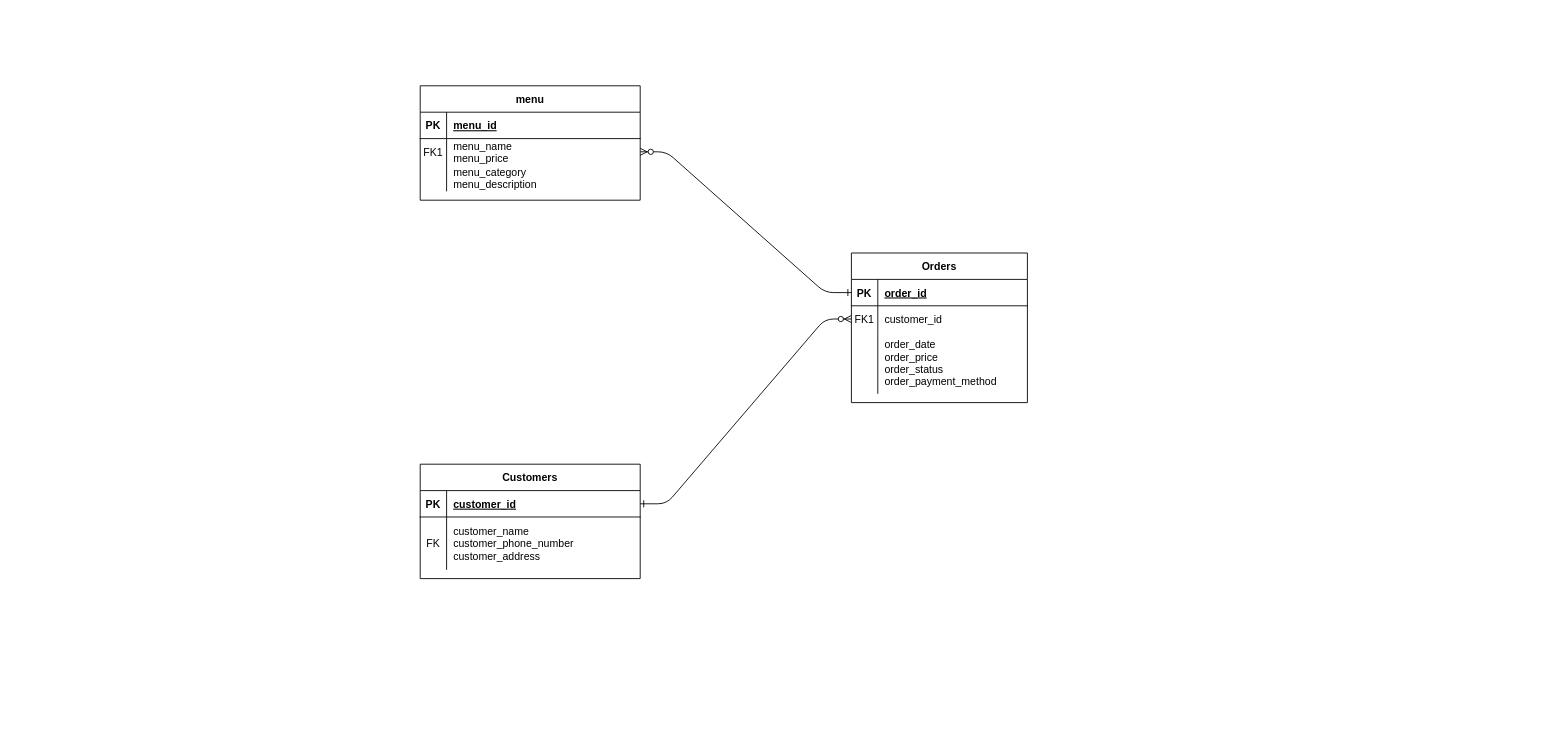
Earlier version of the draw.io diagram ER1.drawio (lfiathan/basis-data). Source tidied: cells renumbered, new cells numbered last; positions are measured from the earlier drawing's top-left corner, leaving out a move shared by most shapes. Both pictures are drawn from the tidied source at 88%, with x=0, y=0 at pixel (420, 85).
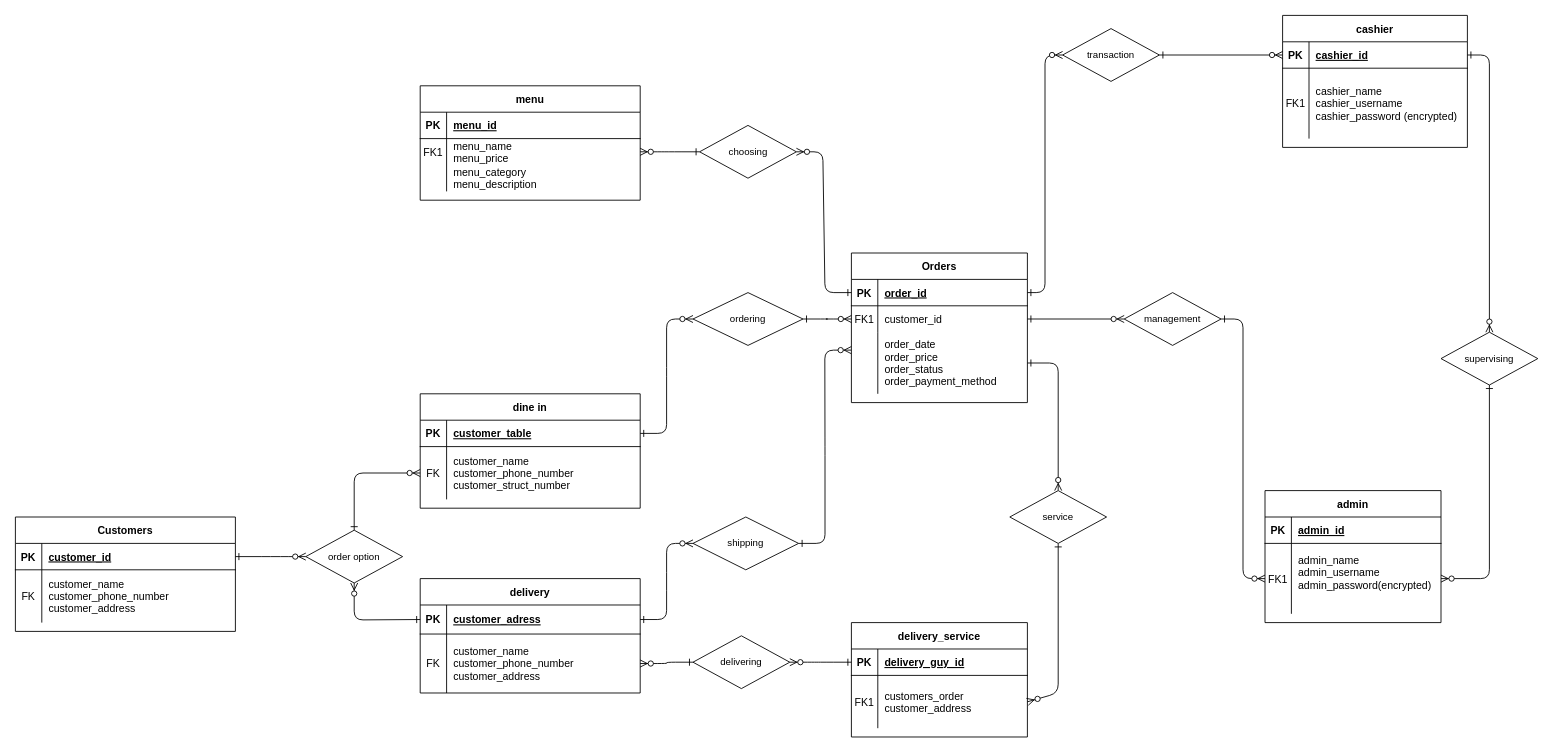
The same page after the edit.

Unchanged cells that the change refers to:
```xml
<mxCell id="5" style="shape=partialRectangle;fillColor=none;points=[[0,0.5],[1,0.5]];portConstraint=eastwest;top=0;left=0;right=0;bottom=1;" parent="4" vertex="1">
  <mxGeometry y="30" width="200" height="30" as="geometry" />
</mxCell>
<mxCell id="8" style="shape=partialRectangle;fillColor=none;points=[[0,0.5],[1,0.5]];portConstraint=eastwest;top=0;left=0;right=0;bottom=0;" parent="4" vertex="1">
  <mxGeometry y="60" width="200" height="30" as="geometry" />
</mxCell>
<mxCell id="11" style="shape=partialRectangle;fillColor=none;points=[[0,0.5],[1,0.5]];portConstraint=eastwest;top=0;left=0;right=0;bottom=0;" parent="4" vertex="1">
  <mxGeometry y="90" width="200" height="70" as="geometry" />
</mxCell>
<mxCell id="18" style="shape=partialRectangle;fillColor=none;points=[[0,0.5],[1,0.5]];portConstraint=eastwest;top=0;left=0;right=0;bottom=0;" parent="14" vertex="1">
  <mxGeometry y="60" width="250" height="30" as="geometry" />
</mxCell>
<mxCell id="25" style="shape=partialRectangle;fillColor=none;points=[[0,0.5],[1,0.5]];portConstraint=eastwest;top=0;left=0;right=0;bottom=1;" parent="24" vertex="1">
  <mxGeometry y="30" width="250" height="30" as="geometry" />
</mxCell>
<mxCell id="28" style="shape=partialRectangle;fillColor=none;points=[[0,0.5],[1,0.5]];portConstraint=eastwest;top=0;left=0;right=0;bottom=0;" parent="24" vertex="1">
  <mxGeometry y="60" width="250" height="60" as="geometry" />
</mxCell>
```

Change to the diagram source:
```diff
@@
-    <mxCell id="2" style="edgeStyle=entityRelationEdgeStyle;endArrow=ERzeroToMany;startArrow=ERone;endFill=1;startFill=0;" parent="1" edge="1" source="25" target="8">
+    <mxCell id="2" style="edgeStyle=entityRelationEdgeStyle;endArrow=ERzeroToMany;startArrow=ERone;endFill=1;startFill=0;" parent="1" edge="1" source="67" target="8">
       <mxGeometry relative="1" as="geometry" />
     </mxCell>
-    <mxCell id="3" style="edgeStyle=entityRelationEdgeStyle;endArrow=ERzeroToMany;startArrow=ERone;endFill=1;startFill=0;" parent="1" edge="1" source="5" target="18">
+    <mxCell id="3" style="edgeStyle=entityRelationEdgeStyle;endArrow=ERzeroToMany;startArrow=ERone;endFill=1;startFill=0;" parent="1" edge="1" source="69" target="18">
       <mxGeometry relative="1" as="geometry" />
     </mxCell>
@@
-    <mxCell id="24" value="Customers" style="shape=table;startSize=30;childLayout=tableLayout;rowLines=0;fontStyle=1;align=center;" parent="1" vertex="1">
-      <mxGeometry y="430" width="250" height="130" as="geometry" />
+    <mxCell id="24" value="dine in" style="shape=table;startSize=30;childLayout=tableLayout;rowLines=0;fontStyle=1;align=center;" parent="1" vertex="1">
+      <mxGeometry y="350" width="250" height="130" as="geometry" />
     </mxCell>
@@
-    <mxCell id="27" value="customer_id" style="shape=partialRectangle;overflow=hidden;fillColor=none;top=0;left=0;bottom=0;right=0;align=left;spacingLeft=6;fontStyle=5;" parent="25" vertex="1">
+    <mxCell id="27" value="customer_table" style="shape=partialRectangle;overflow=hidden;fillColor=none;top=0;left=0;bottom=0;right=0;align=left;spacingLeft=6;fontStyle=5;" parent="25" vertex="1">
       <mxGeometry x="30" width="220" height="30" as="geometry" />
     </mxCell>
@@
-    <mxCell id="30" value="customer_name&#10;customer_phone_number&#10;customer_address" style="shape=partialRectangle;overflow=hidden;fillColor=none;top=0;left=0;bottom=0;right=0;align=left;spacingLeft=6;" parent="28" vertex="1">
+    <mxCell id="30" value="customer_name&#10;customer_phone_number&#10;customer_struct_number" style="shape=partialRectangle;overflow=hidden;fillColor=none;top=0;left=0;bottom=0;right=0;align=left;spacingLeft=6;" parent="28" vertex="1">
       <mxGeometry x="30" width="220" height="60" as="geometry" />
     </mxCell>
+    <mxCell id="31" value="cashier" style="shape=table;startSize=30;childLayout=tableLayout;rowLines=0;fontStyle=1;align=center;" parent="1" vertex="1">
+      <mxGeometry x="980" y="-80" width="210" height="150" as="geometry" />
+    </mxCell>
+    <mxCell id="32" style="shape=partialRectangle;fillColor=none;points=[[0,0.5],[1,0.5]];portConstraint=eastwest;top=0;left=0;right=0;bottom=1;" parent="31" vertex="1">
+      <mxGeometry y="30" width="210" height="30" as="geometry" />
+    </mxCell>
+    <mxCell id="33" value="PK" style="shape=partialRectangle;overflow=hidden;fillColor=none;top=0;left=0;bottom=0;right=0;fontStyle=1;" parent="32" vertex="1">
+      <mxGeometry width="30" height="30" as="geometry" />
+    </mxCell>
+    <mxCell id="34" value="cashier_id" style="shape=partialRectangle;overflow=hidden;fillColor=none;top=0;left=0;bottom=0;right=0;align=left;spacingLeft=6;fontStyle=5;" parent="32" vertex="1">
+      <mxGeometry x="30" width="180" height="30" as="geometry" />
+    </mxCell>
+    <mxCell id="35" style="shape=partialRectangle;fillColor=none;top=0;left=0;right=0;bottom=0;" parent="31" vertex="1">
+      <mxGeometry y="60" width="210" height="80" as="geometry" />
+    </mxCell>
+    <mxCell id="36" value="FK1" style="shape=partialRectangle;overflow=hidden;fillColor=none;top=0;left=0;bottom=0;right=0;" parent="35" vertex="1">
+      <mxGeometry width="30" height="80" as="geometry" />
+    </mxCell>
+    <mxCell id="37" value="cashier_name&#10;cashier_username&#10;cashier_password (encrypted)" style="shape=partialRectangle;overflow=hidden;fillColor=none;top=0;left=0;bottom=0;right=0;align=left;spacingLeft=6;" parent="35" vertex="1">
+      <mxGeometry x="30" width="180" height="80" as="geometry" />
+    </mxCell>
+    <mxCell id="38" style="edgeStyle=orthogonalEdgeStyle;rounded=1;jettySize=auto;html=1;entryX=0;entryY=0.5;entryDx=0;entryDy=0;strokeColor=default;align=center;verticalAlign=middle;fontFamily=Helvetica;fontSize=11;fontColor=default;labelBackgroundColor=default;startArrow=ERone;startFill=0;endArrow=ERzeroToMany;endFill=1;exitX=1;exitY=0.5;exitDx=0;exitDy=0;" parent="1" edge="1" source="83" target="32">
+      <mxGeometry relative="1" as="geometry" />
+    </mxCell>
+    <mxCell id="39" value="delivery" style="shape=table;startSize=30;childLayout=tableLayout;rowLines=0;fontStyle=1;align=center;" parent="1" vertex="1">
+      <mxGeometry y="560" width="250" height="130" as="geometry" />
+    </mxCell>
+    <mxCell id="40" style="shape=partialRectangle;fillColor=none;points=[[0,0.5],[1,0.5]];portConstraint=eastwest;top=0;left=0;right=0;bottom=1;" parent="39" vertex="1">
+      <mxGeometry y="30" width="250" height="33" as="geometry" />
+    </mxCell>
+    <mxCell id="41" value="PK" style="shape=partialRectangle;overflow=hidden;fillColor=none;top=0;left=0;bottom=0;right=0;fontStyle=1;" parent="40" vertex="1">
+      <mxGeometry width="30" height="33" as="geometry" />
+    </mxCell>
+    <mxCell id="42" value="customer_adress" style="shape=partialRectangle;overflow=hidden;fillColor=none;top=0;left=0;bottom=0;right=0;align=left;spacingLeft=6;fontStyle=5;" parent="40" vertex="1">
+      <mxGeometry x="30" width="220" height="33" as="geometry" />
+    </mxCell>
+    <mxCell id="43" style="shape=partialRectangle;fillColor=none;points=[[0,0.5],[1,0.5]];portConstraint=eastwest;top=0;left=0;right=0;bottom=0;" parent="39" vertex="1">
+      <mxGeometry y="63" width="250" height="67" as="geometry" />
+    </mxCell>
+    <mxCell id="44" value="FK" style="shape=partialRectangle;overflow=hidden;fillColor=none;top=0;left=0;bottom=0;right=0;" parent="43" vertex="1">
+      <mxGeometry width="30" height="67" as="geometry" />
+    </mxCell>
+    <mxCell id="45" value="customer_name&#10;customer_phone_number&#10;customer_address" style="shape=partialRectangle;overflow=hidden;fillColor=none;top=0;left=0;bottom=0;right=0;align=left;spacingLeft=6;" parent="43" vertex="1">
+      <mxGeometry x="30" width="220" height="67" as="geometry" />
+    </mxCell>
+    <mxCell id="46" style="edgeStyle=entityRelationEdgeStyle;rounded=1;jettySize=auto;html=1;entryX=-0.001;entryY=0.291;entryDx=0;entryDy=0;entryPerimeter=0;strokeColor=default;align=center;verticalAlign=middle;fontFamily=Helvetica;fontSize=11;fontColor=default;labelBackgroundColor=default;startArrow=ERone;startFill=0;endArrow=ERzeroToMany;endFill=1;exitX=1;exitY=0.5;exitDx=0;exitDy=0;" parent="1" edge="1" source="73" target="11">
+      <mxGeometry relative="1" as="geometry" />
+    </mxCell>
+    <mxCell id="47" style="rounded=1;jettySize=auto;html=1;entryX=0;entryY=0.5;entryDx=0;entryDy=0;strokeColor=default;align=center;verticalAlign=middle;fontFamily=Helvetica;fontSize=11;fontColor=default;labelBackgroundColor=default;startArrow=ERone;startFill=0;endArrow=ERzeroToMany;endFill=1;exitX=0.5;exitY=0;exitDx=0;exitDy=0;" parent="1" edge="1" source="71" target="28">
+      <mxGeometry relative="1" as="geometry">
+        <Array as="points">
+          <mxPoint x="-75" y="440" />
+        </Array>
+      </mxGeometry>
+    </mxCell>
+    <mxCell id="48" value="admin" style="shape=table;startSize=30;childLayout=tableLayout;rowLines=0;fontStyle=1;align=center;" parent="1" vertex="1">
+      <mxGeometry x="960" y="460" width="200" height="150" as="geometry" />
+    </mxCell>
+    <mxCell id="49" style="shape=partialRectangle;fillColor=none;top=0;left=0;right=0;bottom=1;" parent="48" vertex="1">
+      <mxGeometry y="30" width="200" height="30" as="geometry" />
+    </mxCell>
+    <mxCell id="50" value="PK" style="shape=partialRectangle;overflow=hidden;fillColor=none;top=0;left=0;bottom=0;right=0;fontStyle=1;" parent="49" vertex="1">
+      <mxGeometry width="30" height="30" as="geometry" />
+    </mxCell>
+    <mxCell id="51" value="admin_id" style="shape=partialRectangle;overflow=hidden;fillColor=none;top=0;left=0;bottom=0;right=0;align=left;spacingLeft=6;fontStyle=5;" parent="49" vertex="1">
+      <mxGeometry x="30" width="170" height="30" as="geometry" />
+    </mxCell>
+    <mxCell id="52" style="shape=partialRectangle;fillColor=none;points=[[0,0.5],[1,0.5]];portConstraint=eastwest;top=0;left=0;right=0;bottom=0;" parent="48" vertex="1">
+      <mxGeometry y="60" width="200" height="80" as="geometry" />
+    </mxCell>
+    <mxCell id="53" value="FK1" style="shape=partialRectangle;overflow=hidden;fillColor=none;top=0;left=0;bottom=0;right=0;" parent="52" vertex="1">
+      <mxGeometry width="30" height="80" as="geometry" />
+    </mxCell>
+    <mxCell id="54" value="admin_name&#10;admin_username&#10;admin_password(encrypted)&#10;" style="shape=partialRectangle;overflow=hidden;fillColor=none;top=0;left=0;bottom=0;right=0;align=left;spacingLeft=6;" parent="52" vertex="1">
+      <mxGeometry x="30" width="170" height="80" as="geometry" />
+    </mxCell>
+    <mxCell id="55" style="edgeStyle=orthogonalEdgeStyle;rounded=1;jettySize=auto;html=1;entryX=1;entryY=0.5;entryDx=0;entryDy=0;strokeColor=default;align=center;verticalAlign=middle;fontFamily=Helvetica;fontSize=11;fontColor=default;labelBackgroundColor=default;startArrow=ERone;startFill=0;endArrow=ERzeroToMany;endFill=1;exitX=0.5;exitY=1;exitDx=0;exitDy=0;" parent="1" edge="1" source="79" target="52">
+      <mxGeometry relative="1" as="geometry" />
+    </mxCell>
+    <mxCell id="56" style="edgeStyle=orthogonalEdgeStyle;rounded=1;jettySize=auto;html=1;entryX=0;entryY=0.5;entryDx=0;entryDy=0;strokeColor=default;align=center;verticalAlign=middle;fontFamily=Helvetica;fontSize=11;fontColor=default;labelBackgroundColor=default;startArrow=ERone;startFill=0;endArrow=ERzeroToMany;endFill=1;exitX=1;exitY=0.5;exitDx=0;exitDy=0;" parent="1" edge="1" source="81" target="52">
+      <mxGeometry relative="1" as="geometry" />
+    </mxCell>
+    <mxCell id="57" value="delivery_service" style="shape=table;startSize=30;childLayout=tableLayout;rowLines=0;fontStyle=1;align=center;" parent="1" vertex="1">
+      <mxGeometry x="490" y="610" width="200" height="130" as="geometry" />
+    </mxCell>
+    <mxCell id="58" style="shape=partialRectangle;fillColor=none;points=[[0,0.5],[1,0.5]];portConstraint=eastwest;top=0;left=0;right=0;bottom=1;" parent="57" vertex="1">
+      <mxGeometry y="30" width="200" height="30" as="geometry" />
+    </mxCell>
+    <mxCell id="59" value="PK" style="shape=partialRectangle;overflow=hidden;fillColor=none;top=0;left=0;bottom=0;right=0;fontStyle=1;" parent="58" vertex="1">
+      <mxGeometry width="30" height="30" as="geometry" />
+    </mxCell>
+    <mxCell id="60" value="delivery_guy_id" style="shape=partialRectangle;overflow=hidden;fillColor=none;top=0;left=0;bottom=0;right=0;align=left;spacingLeft=6;fontStyle=5;" parent="58" vertex="1">
+      <mxGeometry x="30" width="170" height="30" as="geometry" />
+    </mxCell>
+    <mxCell id="61" style="shape=partialRectangle;fillColor=none;points=[[0,0.5],[1,0.5]];portConstraint=eastwest;top=0;left=0;right=0;bottom=0;" parent="57" vertex="1">
+      <mxGeometry y="60" width="200" height="60" as="geometry" />
+    </mxCell>
+    <mxCell id="62" value="FK1" style="shape=partialRectangle;overflow=hidden;fillColor=none;top=0;left=0;bottom=0;right=0;" parent="61" vertex="1">
+      <mxGeometry width="30" height="60" as="geometry" />
+    </mxCell>
+    <mxCell id="63" value="customers_order&#10;customer_address" style="shape=partialRectangle;overflow=hidden;fillColor=none;top=0;left=0;bottom=0;right=0;align=left;spacingLeft=6;" parent="61" vertex="1">
+      <mxGeometry x="30" width="170" height="60" as="geometry" />
+    </mxCell>
+    <mxCell id="64" style="rounded=1;jettySize=auto;html=1;entryX=1;entryY=0.5;entryDx=0;entryDy=0;strokeColor=default;align=center;verticalAlign=middle;fontFamily=Helvetica;fontSize=11;fontColor=default;labelBackgroundColor=default;startArrow=ERone;startFill=0;endArrow=ERzeroToMany;endFill=1;exitX=0.5;exitY=1;exitDx=0;exitDy=0;" parent="1" edge="1" source="77" target="61">
+      <mxGeometry relative="1" as="geometry">
+        <Array as="points">
+          <mxPoint x="725" y="690" />
+        </Array>
+      </mxGeometry>
+    </mxCell>
+    <mxCell id="65" style="edgeStyle=entityRelationEdgeStyle;rounded=1;jettySize=auto;html=1;entryX=1;entryY=0.5;entryDx=0;entryDy=0;strokeColor=default;align=center;verticalAlign=middle;fontFamily=Helvetica;fontSize=11;fontColor=default;labelBackgroundColor=default;startArrow=ERone;startFill=0;endArrow=ERzeroToMany;endFill=1;" parent="1" edge="1" source="75" target="43">
+      <mxGeometry relative="1" as="geometry" />
+    </mxCell>
+    <mxCell id="66" style="edgeStyle=entityRelationEdgeStyle;endArrow=ERzeroToMany;startArrow=ERone;endFill=1;startFill=0;" parent="1" edge="1" source="25" target="67">
+      <mxGeometry relative="1" as="geometry">
+        <Array as="points">
+          <mxPoint x="270" y="310" />
+        </Array>
+      </mxGeometry>
+    </mxCell>
+    <mxCell id="67" value="ordering" style="rhombus;whiteSpace=wrap;html=1;fontFamily=Helvetica;fontSize=11;fontColor=default;labelBackgroundColor=default;" parent="1" vertex="1">
+      <mxGeometry x="310" y="235" width="125" height="60" as="geometry" />
+    </mxCell>
+    <mxCell id="68" style="edgeStyle=entityRelationEdgeStyle;endArrow=ERzeroToMany;startArrow=ERone;endFill=1;startFill=0;" parent="1" edge="1" source="5" target="69">
+      <mxGeometry relative="1" as="geometry" />
+    </mxCell>
+    <mxCell id="69" value="choosing" style="rhombus;whiteSpace=wrap;html=1;fontFamily=Helvetica;fontSize=11;fontColor=default;labelBackgroundColor=default;" parent="1" vertex="1">
+      <mxGeometry x="317.5" y="45" width="110" height="60" as="geometry" />
+    </mxCell>
+    <mxCell id="70" style="rounded=1;jettySize=auto;html=1;entryX=0.5;entryY=1;entryDx=0;entryDy=0;strokeColor=default;align=center;verticalAlign=middle;fontFamily=Helvetica;fontSize=11;fontColor=default;labelBackgroundColor=default;startArrow=ERone;startFill=0;endArrow=ERzeroToMany;endFill=1;exitX=0;exitY=0.5;exitDx=0;exitDy=0;" parent="1" edge="1" source="40" target="71">
+      <mxGeometry relative="1" as="geometry">
+        <Array as="points">
+          <mxPoint x="-75" y="607" />
+        </Array>
+      </mxGeometry>
+    </mxCell>
+    <mxCell id="71" value="order option" style="rhombus;whiteSpace=wrap;html=1;fontFamily=Helvetica;fontSize=11;fontColor=default;labelBackgroundColor=default;" parent="1" vertex="1">
+      <mxGeometry x="-130" y="505" width="110" height="60" as="geometry" />
+    </mxCell>
+    <mxCell id="72" style="edgeStyle=entityRelationEdgeStyle;rounded=1;jettySize=auto;html=1;entryX=0;entryY=0.5;entryDx=0;entryDy=0;strokeColor=default;align=center;verticalAlign=middle;fontFamily=Helvetica;fontSize=11;fontColor=default;labelBackgroundColor=default;startArrow=ERone;startFill=0;endArrow=ERzeroToMany;endFill=1;exitX=1;exitY=0.5;exitDx=0;exitDy=0;" parent="1" edge="1" source="40" target="73">
+      <mxGeometry relative="1" as="geometry" />
+    </mxCell>
+    <mxCell id="73" value="shipping" style="rhombus;whiteSpace=wrap;html=1;fontFamily=Helvetica;fontSize=11;fontColor=default;labelBackgroundColor=default;" parent="1" vertex="1">
+      <mxGeometry x="310" y="490" width="120" height="60" as="geometry" />
+    </mxCell>
+    <mxCell id="74" style="edgeStyle=entityRelationEdgeStyle;rounded=1;jettySize=auto;html=1;entryX=1;entryY=0.5;entryDx=0;entryDy=0;strokeColor=default;align=center;verticalAlign=middle;fontFamily=Helvetica;fontSize=11;fontColor=default;labelBackgroundColor=default;startArrow=ERone;startFill=0;endArrow=ERzeroToMany;endFill=1;" parent="1" edge="1" source="58" target="75">
+      <mxGeometry relative="1" as="geometry" />
+    </mxCell>
+    <mxCell id="75" value="delivering" style="rhombus;whiteSpace=wrap;html=1;fontFamily=Helvetica;fontSize=11;fontColor=default;labelBackgroundColor=default;" parent="1" vertex="1">
+      <mxGeometry x="310" y="625" width="110" height="60" as="geometry" />
+    </mxCell>
+    <mxCell id="76" style="rounded=1;jettySize=auto;html=1;strokeColor=default;align=center;verticalAlign=middle;fontFamily=Helvetica;fontSize=11;fontColor=default;labelBackgroundColor=default;startArrow=ERone;startFill=0;endArrow=ERzeroToMany;endFill=1;entryX=0.5;entryY=0;entryDx=0;entryDy=0;exitX=1;exitY=0.5;exitDx=0;exitDy=0;" parent="1" edge="1" source="11" target="77">
+      <mxGeometry relative="1" as="geometry">
+        <Array as="points">
+          <mxPoint x="725" y="315" />
+        </Array>
+      </mxGeometry>
+    </mxCell>
+    <mxCell id="77" value="service" style="rhombus;whiteSpace=wrap;html=1;fontFamily=Helvetica;fontSize=11;fontColor=default;labelBackgroundColor=default;" parent="1" vertex="1">
+      <mxGeometry x="670" y="460" width="110" height="60" as="geometry" />
+    </mxCell>
+    <mxCell id="78" style="edgeStyle=orthogonalEdgeStyle;rounded=1;jettySize=auto;html=1;entryX=0.5;entryY=0;entryDx=0;entryDy=0;strokeColor=default;align=center;verticalAlign=middle;fontFamily=Helvetica;fontSize=11;fontColor=default;labelBackgroundColor=default;startArrow=ERone;startFill=0;endArrow=ERzeroToMany;endFill=1;" parent="1" edge="1" source="32" target="79">
+      <mxGeometry relative="1" as="geometry" />
+    </mxCell>
+    <mxCell id="79" value="supervising" style="rhombus;whiteSpace=wrap;html=1;fontFamily=Helvetica;fontSize=11;fontColor=default;labelBackgroundColor=default;" parent="1" vertex="1">
+      <mxGeometry x="1160" y="280" width="110" height="60" as="geometry" />
+    </mxCell>
+    <mxCell id="80" style="edgeStyle=orthogonalEdgeStyle;rounded=1;jettySize=auto;html=1;entryX=0;entryY=0.5;entryDx=0;entryDy=0;strokeColor=default;align=center;verticalAlign=middle;fontFamily=Helvetica;fontSize=11;fontColor=default;labelBackgroundColor=default;startArrow=ERone;startFill=0;endArrow=ERzeroToMany;endFill=1;exitX=1;exitY=0.5;exitDx=0;exitDy=0;" parent="1" edge="1" source="8" target="81">
+      <mxGeometry relative="1" as="geometry" />
+    </mxCell>
+    <mxCell id="81" value="management" style="rhombus;whiteSpace=wrap;html=1;fontFamily=Helvetica;fontSize=11;fontColor=default;labelBackgroundColor=default;" parent="1" vertex="1">
+      <mxGeometry x="800" y="235" width="110" height="60" as="geometry" />
+    </mxCell>
+    <mxCell id="82" style="edgeStyle=orthogonalEdgeStyle;rounded=1;jettySize=auto;html=1;entryX=0;entryY=0.5;entryDx=0;entryDy=0;strokeColor=default;align=center;verticalAlign=middle;fontFamily=Helvetica;fontSize=11;fontColor=default;labelBackgroundColor=default;startArrow=ERone;startFill=0;endArrow=ERzeroToMany;endFill=1;" parent="1" edge="1" source="5" target="83">
+      <mxGeometry relative="1" as="geometry" />
+    </mxCell>
+    <mxCell id="83" value="transaction" style="rhombus;whiteSpace=wrap;html=1;fontFamily=Helvetica;fontSize=11;fontColor=default;labelBackgroundColor=default;" parent="1" vertex="1">
+      <mxGeometry x="730" y="-65" width="110" height="60" as="geometry" />
+    </mxCell>
+    <mxCell id="84" value="Customers" style="shape=table;startSize=30;childLayout=tableLayout;rowLines=0;fontStyle=1;align=center;" parent="1" vertex="1">
+      <mxGeometry x="-460" y="490" width="250" height="130" as="geometry" />
+    </mxCell>
+    <mxCell id="85" style="shape=partialRectangle;fillColor=none;points=[[0,0.5],[1,0.5]];portConstraint=eastwest;top=0;left=0;right=0;bottom=1;" parent="84" vertex="1">
+      <mxGeometry y="30" width="250" height="30" as="geometry" />
+    </mxCell>
+    <mxCell id="86" value="PK" style="shape=partialRectangle;overflow=hidden;fillColor=none;top=0;left=0;bottom=0;right=0;fontStyle=1;" parent="85" vertex="1">
+      <mxGeometry width="30" height="30" as="geometry" />
+    </mxCell>
+    <mxCell id="87" value="customer_id" style="shape=partialRectangle;overflow=hidden;fillColor=none;top=0;left=0;bottom=0;right=0;align=left;spacingLeft=6;fontStyle=5;" parent="85" vertex="1">
+      <mxGeometry x="30" width="220" height="30" as="geometry" />
+    </mxCell>
+    <mxCell id="88" style="shape=partialRectangle;fillColor=none;top=0;left=0;right=0;bottom=0;" parent="84" vertex="1">
+      <mxGeometry y="60" width="250" height="60" as="geometry" />
+    </mxCell>
+    <mxCell id="89" value="FK" style="shape=partialRectangle;overflow=hidden;fillColor=none;top=0;left=0;bottom=0;right=0;" parent="88" vertex="1">
+      <mxGeometry width="30" height="60" as="geometry" />
+    </mxCell>
+    <mxCell id="90" value="customer_name&#10;customer_phone_number&#10;customer_address" style="shape=partialRectangle;overflow=hidden;fillColor=none;top=0;left=0;bottom=0;right=0;align=left;spacingLeft=6;" parent="88" vertex="1">
+      <mxGeometry x="30" width="220" height="60" as="geometry" />
+    </mxCell>
+    <mxCell id="91" style="edgeStyle=entityRelationEdgeStyle;rounded=1;jettySize=auto;html=1;entryX=0;entryY=0.5;entryDx=0;entryDy=0;strokeColor=default;align=center;verticalAlign=middle;fontFamily=Helvetica;fontSize=11;fontColor=default;labelBackgroundColor=default;startArrow=ERone;startFill=0;endArrow=ERzeroToMany;endFill=1;" parent="1" edge="1" source="85" target="71">
+      <mxGeometry relative="1" as="geometry" />
+    </mxCell>
```
